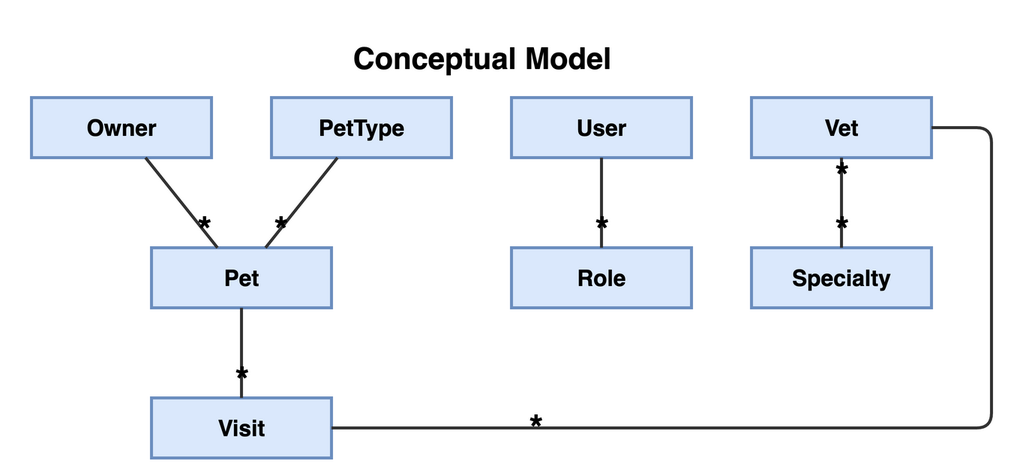
Before: petclinic-backend/docs/ConceptualModel.drawio.png, a diagram exported from draw.io (victorrentea/petclinic). Source tidied: cells renumbered, new cells last; positions are measured from the earlier drawing's top-left corner, leaving out a move shared by most shapes.
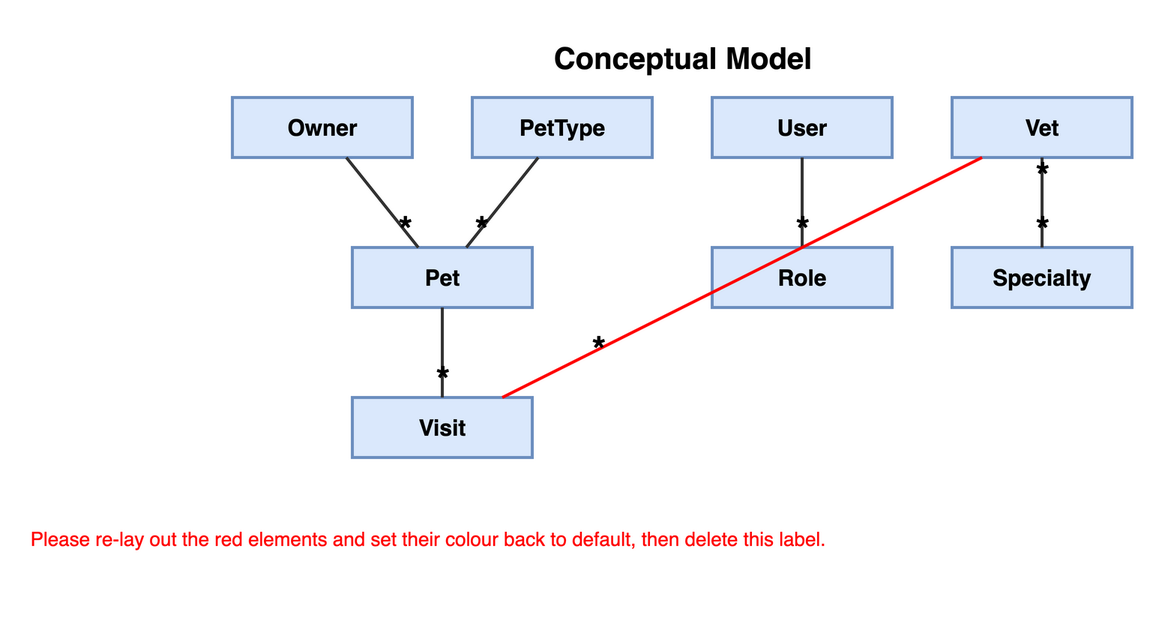
Above is the later version.

Commit message:
Conceptual model: Visit–Vet drawn by the patch script as a straight line, to be laid out by hand

Redrawn from origin/main's picture by docs/scripts/conceptual-model-patch.py, replacing the
hand-routed edge: one straight red segment Visit–Vet with its * at Visit's end, plus the
script's re-layout note.

What changed in the source:
```diff
@@ -62,16 +62,14 @@
     <mxCell id="21" value="*" style="edgeLabel;html=1;align=center;verticalAlign=middle;fontSize=24;fontStyle=1;labelBackgroundColor=none;" parent="19" vertex="1">
       <mxGeometry x="-0.6" relative="1" as="geometry" />
     </mxCell>
-    <mxCell id="22" style="endArrow=none;html=1;strokeColor=#333333;strokeWidth=2;fontSize=12;exitX=1;exitY=0.5;exitDx=0;exitDy=0;entryX=1;entryY=0.5;entryDx=0;entryDy=0;" parent="1" edge="1" source="10" target="6">
-      <mxGeometry relative="1" as="geometry">
-        <Array as="points">
-          <mxPoint x="640" y="265" />
-          <mxPoint x="640" y="65" />
-        </Array>
-      </mxGeometry>
+    <mxCell id="22" style="endArrow=none;html=1;strokeColor=#FF0000;strokeWidth=2;fontSize=12;" parent="1" edge="1" source="10" target="6">
+      <mxGeometry relative="1" as="geometry" />
     </mxCell>
     <mxCell id="23" value="*" style="edgeLabel;html=1;align=center;verticalAlign=middle;fontSize=24;fontStyle=1;labelBackgroundColor=none;" parent="22" vertex="1">
       <mxGeometry x="-0.6" relative="1" as="geometry" />
     </mxCell>
+    <mxCell id="24" value="Please re-lay out the red elements and set their colour back to default, then delete this label." style="text;html=1;align=center;fontSize=13;fontColor=#FF0000;" parent="1" vertex="1">
+      <mxGeometry y="325" width="260" height="60" as="geometry" />
+    </mxCell>
   </root>
 </mxGraphModel>
```
